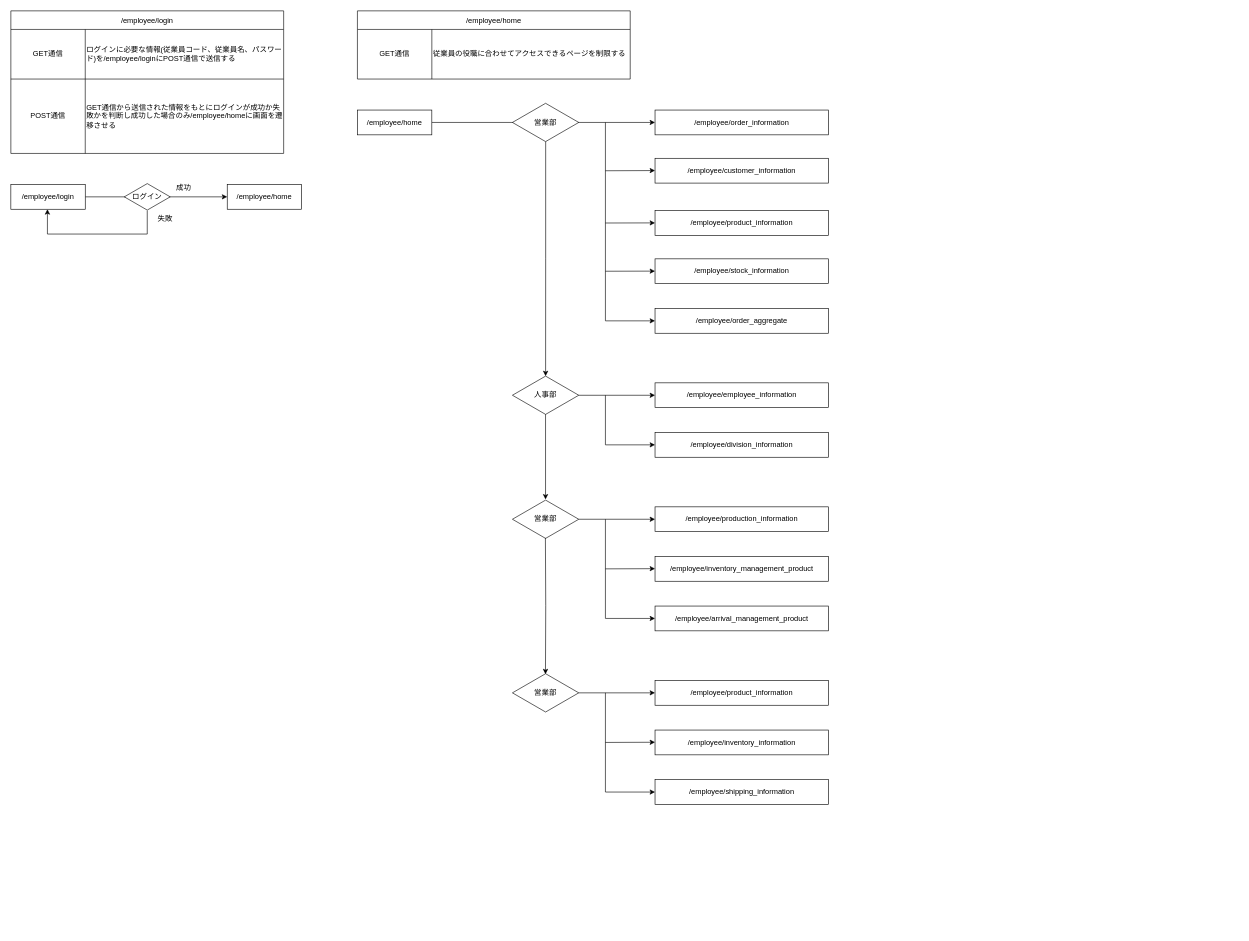
This is page "画面遷移図" (2 of 7) of draw.io/details.drawio from kmjak/Django-Production-Task, a draw.io file, before an edit. Source tidied: cells renumbered, new cells numbered last; positions are measured from the earlier drawing's top-left corner, leaving out a move shared by most shapes. Both pictures are drawn from the tidied source at 62%, with x=0, y=0 at pixel (11, 11).
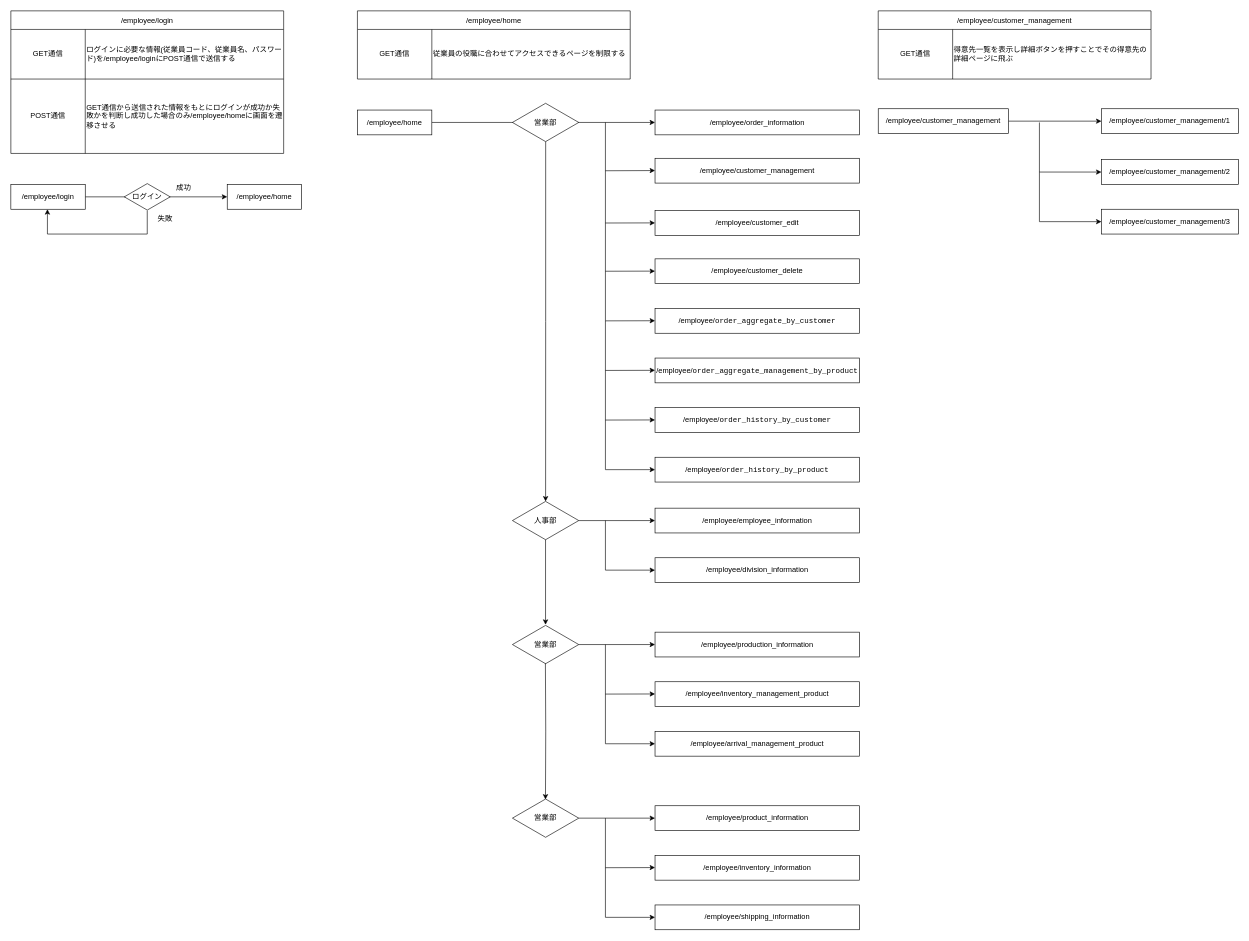
After the change.

Diff of the diagram source:
```diff
@@
     <mxCell id="22" value="/employee/order_information" style="rounded=0;whiteSpace=wrap;html=1;" parent="1" vertex="1">
-      <mxGeometry x="1039" y="160" width="280" height="40" as="geometry" />
+      <mxGeometry x="1039" y="160" width="330" height="40" as="geometry" />
     </mxCell>
@@
-    <mxCell id="25" value="/employee/customer_information" style="rounded=0;whiteSpace=wrap;html=1;" parent="1" vertex="1">
-      <mxGeometry x="1039" y="237.8" width="280" height="40" as="geometry" />
+    <mxCell id="25" value="/employee/customer_management" style="rounded=0;whiteSpace=wrap;html=1;" parent="1" vertex="1">
+      <mxGeometry x="1039" y="237.8" width="330" height="40" as="geometry" />
     </mxCell>
     <mxCell id="26" value="人事部" style="html=1;whiteSpace=wrap;shape=isoRectangle;" parent="1" vertex="1">
-      <mxGeometry x="809" y="587.9" width="107" height="64.2" as="geometry" />
+      <mxGeometry x="809" y="790" width="107" height="64.2" as="geometry" />
     </mxCell>
     <mxCell id="27" value="営業部" style="html=1;whiteSpace=wrap;shape=isoRectangle;" parent="1" vertex="1">
-      <mxGeometry x="809" y="787.9" width="107" height="64.2" as="geometry" />
+      <mxGeometry x="809" y="990" width="107" height="64.2" as="geometry" />
     </mxCell>
     <mxCell id="28" value="営業部" style="html=1;whiteSpace=wrap;shape=isoRectangle;" parent="1" vertex="1">
-      <mxGeometry x="809" y="1067.9" width="107" height="64.2" as="geometry" />
+      <mxGeometry x="809" y="1270" width="107" height="64.2" as="geometry" />
     </mxCell>
-    <mxCell id="29" value="/employee/product_information" style="rounded=0;whiteSpace=wrap;html=1;" parent="1" vertex="1">
-      <mxGeometry x="1039" y="322.2" width="280" height="40" as="geometry" />
+    <mxCell id="29" value="/employee/customer_edit" style="rounded=0;whiteSpace=wrap;html=1;" parent="1" vertex="1">
+      <mxGeometry x="1039" y="322.2" width="330" height="40" as="geometry" />
     </mxCell>
-    <mxCell id="30" value="/employee/stock_information" style="rounded=0;whiteSpace=wrap;html=1;" parent="1" vertex="1">
-      <mxGeometry x="1039" y="400" width="280" height="40" as="geometry" />
+    <mxCell id="30" value="/employee/customer_delete" style="rounded=0;whiteSpace=wrap;html=1;" parent="1" vertex="1">
+      <mxGeometry x="1039" y="400" width="330" height="40" as="geometry" />
     </mxCell>
-    <mxCell id="31" value="/employee/order_aggregate" style="rounded=0;whiteSpace=wrap;html=1;" parent="1" vertex="1">
-      <mxGeometry x="1039" y="480" width="280" height="40" as="geometry" />
+    <mxCell id="31" value="&lt;font&gt;/employee/&lt;span style=&quot;font-family: Consolas, &amp;quot;Courier New&amp;quot;, monospace; white-space: pre;&quot;&gt;order_history_by_product&lt;/span&gt;&lt;/font&gt;" style="rounded=0;whiteSpace=wrap;html=1;" parent="1" vertex="1">
+      <mxGeometry x="1039" y="720" width="330" height="40" as="geometry" />
     </mxCell>
     <mxCell id="32" value="/employee/division_information" style="rounded=0;whiteSpace=wrap;html=1;" parent="1" vertex="1">
-      <mxGeometry x="1039" y="680" width="280" height="40" as="geometry" />
+      <mxGeometry x="1039" y="882.1" width="330" height="40" as="geometry" />
     </mxCell>
     <mxCell id="33" style="endArrow=classic;html=1;rounded=0;" parent="1" edge="1" target="32">
       <mxGeometry relative="1" as="geometry">
-        <mxPoint x="959" y="620" as="sourcePoint" />
+        <mxPoint x="959" y="822.1" as="sourcePoint" />
         <Array as="points">
-          <mxPoint x="959" y="700" />
+          <mxPoint x="959" y="902.1" />
         </Array>
       </mxGeometry>
     </mxCell>
     <mxCell id="34" value="/employee/employee_information" style="rounded=0;whiteSpace=wrap;html=1;" parent="1" vertex="1">
-      <mxGeometry x="1039" y="600" width="280" height="40" as="geometry" />
+      <mxGeometry x="1039" y="802.1" width="330" height="40" as="geometry" />
     </mxCell>
@@
     <mxCell id="36" style="endArrow=classic;html=1;rounded=0;entryX=0;entryY=0.5;entryDx=0;entryDy=0;" parent="1" edge="1" target="31">
       <mxGeometry relative="1" as="geometry">
         <mxPoint x="959" y="180" as="sourcePoint" />
         <Array as="points">
           <mxPoint x="959" y="500" />
+          <mxPoint x="959" y="740" />
         </Array>
       </mxGeometry>
     </mxCell>
@@
     <mxCell id="40" value="/employee/production_information" style="rounded=0;whiteSpace=wrap;html=1;" parent="1" vertex="1">
-      <mxGeometry x="1039" y="800" width="280" height="40" as="geometry" />
+      <mxGeometry x="1039" y="1002.1" width="330" height="40" as="geometry" />
     </mxCell>
     <mxCell id="41" value="/employee/arrival_management_product" style="rounded=0;whiteSpace=wrap;html=1;" parent="1" vertex="1">
-      <mxGeometry x="1039" y="960" width="280" height="40" as="geometry" />
+      <mxGeometry x="1039" y="1162.1" width="330" height="40" as="geometry" />
     </mxCell>
     <mxCell id="42" value="/employee/inventory_management_product" style="rounded=0;whiteSpace=wrap;html=1;" parent="1" vertex="1">
-      <mxGeometry x="1039" y="880" width="280" height="40" as="geometry" />
+      <mxGeometry x="1039" y="1082.1" width="330" height="40" as="geometry" />
     </mxCell>
@@
     <mxCell id="44" style="endArrow=classic;html=1;rounded=0;entryX=0;entryY=0.5;entryDx=0;entryDy=0;" parent="1" edge="1" target="41">
       <mxGeometry relative="1" as="geometry">
-        <mxPoint x="959" y="820" as="sourcePoint" />
+        <mxPoint x="959" y="1022.1" as="sourcePoint" />
         <Array as="points">
-          <mxPoint x="959" y="980" />
+          <mxPoint x="959" y="1182.1" />
         </Array>
       </mxGeometry>
     </mxCell>
     <mxCell id="45" style="endArrow=classic;html=1;rounded=0;exitX=1;exitY=0.501;exitDx=0;exitDy=0;exitPerimeter=0;" parent="1" edge="1">
       <mxGeometry relative="1" as="geometry">
-        <mxPoint x="916" y="820" as="sourcePoint" />
-        <mxPoint x="1039" y="820" as="targetPoint" />
+        <mxPoint x="916" y="1022.1" as="sourcePoint" />
+        <mxPoint x="1039" y="1022.1" as="targetPoint" />
       </mxGeometry>
     </mxCell>
     <mxCell id="46" style="endArrow=classic;html=1;rounded=0;entryX=0;entryY=0.5;entryDx=0;entryDy=0;" parent="1" edge="1">
       <mxGeometry relative="1" as="geometry">
-        <mxPoint x="959" y="900" as="sourcePoint" />
-        <mxPoint x="1039" y="899.7" as="targetPoint" />
+        <mxPoint x="959" y="1102" as="sourcePoint" />
+        <mxPoint x="1039" y="1101.8" as="targetPoint" />
       </mxGeometry>
     </mxCell>
     <mxCell id="47" value="/employee/product_information" style="rounded=0;whiteSpace=wrap;html=1;" parent="1" vertex="1">
-      <mxGeometry x="1039" y="1080" width="280" height="40" as="geometry" />
+      <mxGeometry x="1039" y="1282.1" width="330" height="40" as="geometry" />
     </mxCell>
     <mxCell id="48" value="/employee/shipping_information" style="rounded=0;whiteSpace=wrap;html=1;" parent="1" vertex="1">
-      <mxGeometry x="1039" y="1240" width="280" height="40" as="geometry" />
+      <mxGeometry x="1039" y="1442.1" width="330" height="40" as="geometry" />
     </mxCell>
     <mxCell id="49" value="/employee/inventory_information" style="rounded=0;whiteSpace=wrap;html=1;" parent="1" vertex="1">
-      <mxGeometry x="1039" y="1160" width="280" height="40" as="geometry" />
+      <mxGeometry x="1039" y="1362.1" width="330" height="40" as="geometry" />
     </mxCell>
     <mxCell id="50" style="endArrow=classic;html=1;rounded=0;entryX=0;entryY=0.5;entryDx=0;entryDy=0;" parent="1" edge="1" target="48">
       <mxGeometry relative="1" as="geometry">
-        <mxPoint x="959" y="1100" as="sourcePoint" />
+        <mxPoint x="959" y="1302.1" as="sourcePoint" />
         <Array as="points">
-          <mxPoint x="959" y="1260" />
+          <mxPoint x="959" y="1462.1" />
         </Array>
       </mxGeometry>
     </mxCell>
     <mxCell id="51" style="endArrow=classic;html=1;rounded=0;exitX=1;exitY=0.501;exitDx=0;exitDy=0;exitPerimeter=0;" parent="1" edge="1">
       <mxGeometry relative="1" as="geometry">
-        <mxPoint x="916" y="1100" as="sourcePoint" />
-        <mxPoint x="1039" y="1100" as="targetPoint" />
+        <mxPoint x="916" y="1302.1" as="sourcePoint" />
+        <mxPoint x="1039" y="1302.1" as="targetPoint" />
       </mxGeometry>
     </mxCell>
     <mxCell id="52" style="endArrow=classic;html=1;rounded=0;entryX=0;entryY=0.5;entryDx=0;entryDy=0;" parent="1" edge="1">
       <mxGeometry relative="1" as="geometry">
-        <mxPoint x="959" y="1180" as="sourcePoint" />
-        <mxPoint x="1039" y="1179.7" as="targetPoint" />
+        <mxPoint x="959" y="1382" as="sourcePoint" />
+        <mxPoint x="1039" y="1381.8" as="targetPoint" />
       </mxGeometry>
     </mxCell>
     <mxCell id="53" style="edgeStyle=orthogonalEdgeStyle;rounded=0;jettySize=auto;html=1;exitX=0.499;exitY=0.979;exitDx=0;exitDy=0;exitPerimeter=0;entryX=0.498;entryY=0.032;entryDx=0;entryDy=0;entryPerimeter=0;" parent="1" edge="1" target="28">
       <mxGeometry relative="1" as="geometry">
-        <mxPoint x="862.2" y="850" as="sourcePoint" />
+        <mxPoint x="862.2" y="1052.1" as="sourcePoint" />
       </mxGeometry>
     </mxCell>
+    <mxCell id="54" value="/employee/customer_management" style="shape=table;startSize=30;childLayout=tableLayout;" parent="1" vertex="1">
+      <mxGeometry x="1399" width="440" height="110" as="geometry" />
+    </mxCell>
+    <mxCell id="55" style="shape=tableRow;horizontal=0;startSize=0;swimlaneHead=0;swimlaneBody=0;strokeColor=inherit;top=0;left=0;bottom=0;right=0;fillColor=none;" parent="54" vertex="1">
+      <mxGeometry y="30" width="440" height="80" as="geometry" />
+    </mxCell>
+    <mxCell id="56" value="GET通信" style="shape=partialRectangle;html=1;whiteSpace=wrap;strokeColor=inherit;overflow=hidden;fillColor=none;top=0;left=0;bottom=0;right=0;" parent="55" vertex="1">
+      <mxGeometry width="120" height="80" as="geometry" />
+    </mxCell>
+    <mxCell id="57" value="得意先一覧を表示し詳細ボタンを押すことでその得意先の詳細ページに飛ぶ" style="shape=partialRectangle;html=1;whiteSpace=wrap;strokeColor=inherit;overflow=hidden;fillColor=none;top=0;left=0;bottom=0;right=0;align=left;" parent="55" vertex="1">
+      <mxGeometry x="120" width="320" height="80" as="geometry" />
+    </mxCell>
+    <mxCell id="58" style="edgeStyle=orthogonalEdgeStyle;rounded=0;jettySize=auto;html=1;" parent="1" edge="1" source="59" target="60">
+      <mxGeometry relative="1" as="geometry" />
+    </mxCell>
+    <mxCell id="59" value="&lt;span style=&quot;text-wrap: nowrap;&quot;&gt;/employee/customer_management&lt;/span&gt;" style="rounded=0;whiteSpace=wrap;html=1;" parent="1" vertex="1">
+      <mxGeometry x="1399" y="157.9" width="210" height="40" as="geometry" />
+    </mxCell>
+    <mxCell id="60" value="&lt;span style=&quot;text-wrap: nowrap;&quot;&gt;/employee/customer_management/1&lt;/span&gt;" style="rounded=0;whiteSpace=wrap;html=1;" parent="1" vertex="1">
+      <mxGeometry x="1759" y="157.9" width="221" height="40" as="geometry" />
+    </mxCell>
+    <mxCell id="61" style="endArrow=classic;html=1;rounded=0;entryX=0;entryY=0.5;entryDx=0;entryDy=0;" parent="1" edge="1" target="62">
+      <mxGeometry relative="1" as="geometry">
+        <mxPoint x="1659" y="180" as="sourcePoint" />
+        <Array as="points">
+          <mxPoint x="1659" y="260" />
+        </Array>
+      </mxGeometry>
+    </mxCell>
+    <mxCell id="62" value="&lt;span style=&quot;text-wrap: nowrap;&quot;&gt;/employee/customer_management/2&lt;/span&gt;" style="rounded=0;whiteSpace=wrap;html=1;" parent="1" vertex="1">
+      <mxGeometry x="1759" y="240" width="221" height="40" as="geometry" />
+    </mxCell>
+    <mxCell id="63" value="&lt;span style=&quot;text-wrap: nowrap;&quot;&gt;/employee/customer_management/3&lt;/span&gt;" style="rounded=0;whiteSpace=wrap;html=1;" parent="1" vertex="1">
+      <mxGeometry x="1759" y="320" width="221" height="40" as="geometry" />
+    </mxCell>
+    <mxCell id="64" style="endArrow=classic;html=1;rounded=0;entryX=0;entryY=0.5;entryDx=0;entryDy=0;" parent="1" edge="1">
+      <mxGeometry relative="1" as="geometry">
+        <mxPoint x="1659" y="260" as="sourcePoint" />
+        <mxPoint x="1759" y="340" as="targetPoint" />
+        <Array as="points">
+          <mxPoint x="1659" y="340" />
+        </Array>
+      </mxGeometry>
+    </mxCell>
+    <mxCell id="65" value="/employee/&lt;span style=&quot;font-family: Consolas, &amp;quot;Courier New&amp;quot;, monospace; white-space: pre;&quot;&gt;&lt;font style=&quot;&quot;&gt;order_aggregate_by_customer&lt;/font&gt;&lt;/span&gt;" style="rounded=0;whiteSpace=wrap;html=1;" parent="1" vertex="1">
+      <mxGeometry x="1039" y="480" width="330" height="40" as="geometry" />
+    </mxCell>
+    <mxCell id="66" style="endArrow=classic;html=1;rounded=0;entryX=0;entryY=0.5;entryDx=0;entryDy=0;" parent="1" edge="1">
+      <mxGeometry relative="1" as="geometry">
+        <mxPoint x="959" y="500" as="sourcePoint" />
+        <mxPoint x="1039" y="499.8" as="targetPoint" />
+      </mxGeometry>
+    </mxCell>
+    <mxCell id="67" value="&lt;font&gt;/employee/&lt;span style=&quot;font-family: Consolas, &amp;quot;Courier New&amp;quot;, monospace; white-space: pre;&quot;&gt;order_aggregate_management_by_product&lt;/span&gt;&lt;/font&gt;" style="rounded=0;whiteSpace=wrap;html=1;" parent="1" vertex="1">
+      <mxGeometry x="1039" y="560" width="330" height="40" as="geometry" />
+    </mxCell>
+    <mxCell id="68" style="endArrow=classic;html=1;rounded=0;entryX=0;entryY=0.5;entryDx=0;entryDy=0;" parent="1" edge="1">
+      <mxGeometry relative="1" as="geometry">
+        <mxPoint x="959" y="580" as="sourcePoint" />
+        <mxPoint x="1039" y="579.8" as="targetPoint" />
+      </mxGeometry>
+    </mxCell>
+    <mxCell id="69" value="&lt;font&gt;/employee/&lt;span style=&quot;font-family: Consolas, &amp;quot;Courier New&amp;quot;, monospace; white-space: pre;&quot;&gt;order_history_by_customer&lt;/span&gt;&lt;/font&gt;" style="rounded=0;whiteSpace=wrap;html=1;" parent="1" vertex="1">
+      <mxGeometry x="1039" y="640" width="330" height="40" as="geometry" />
+    </mxCell>
+    <mxCell id="70" style="endArrow=classic;html=1;rounded=0;entryX=0;entryY=0.5;entryDx=0;entryDy=0;" parent="1" edge="1">
+      <mxGeometry relative="1" as="geometry">
+        <mxPoint x="959" y="660" as="sourcePoint" />
+        <mxPoint x="1039" y="659.8" as="targetPoint" />
+      </mxGeometry>
+    </mxCell>
```
